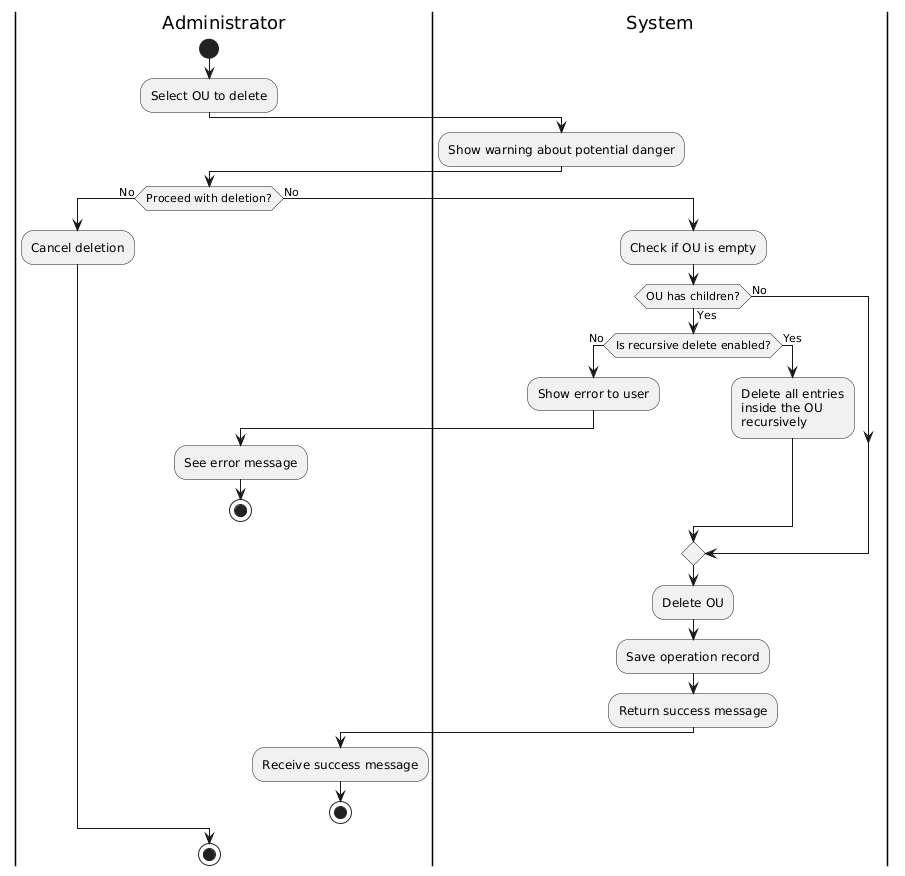
Before: puml/activity-diagram delete ou/activity-diagram delete ou.png, a diagram exported from PlantUML (Carlos-err406/thesis).
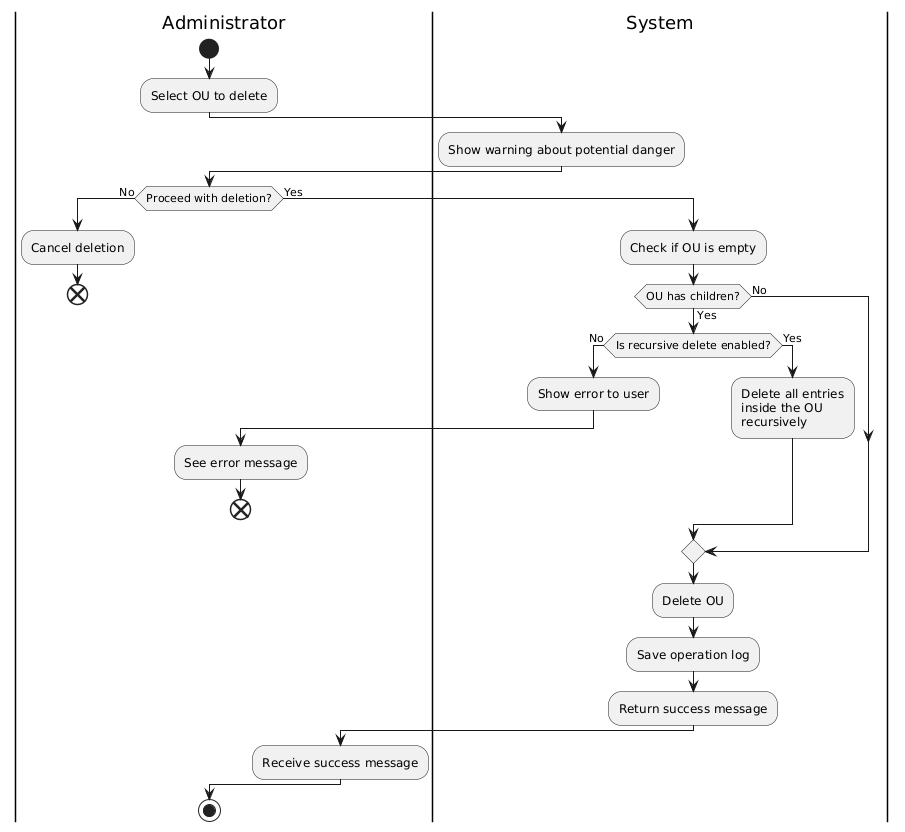
The same file after the commit.

Commit message:
plant uml images and diagrams

Change to the diagram source:
```diff
@@ -10,31 +10,28 @@
 |Administrator|
 if (Proceed with deletion?) then (No)
     :Cancel deletion;
-else (No)
+    end
+else (Yes)
     |System|
     :Check if OU is empty;
     if (OU has children?) then (Yes)
         if(Is recursive delete enabled?) then (No)
             :Show error to user;
-
             |Administrator|
-
             :See error message;
-            stop
+            end
         else (Yes)
             |System|
             :Delete all entries\ninside the OU\nrecursively;
         endif
     else (No)
     endif
-        |System|
-        :Delete OU;
-        :Save operation record;
-        :Return success message;
-        |Administrator|
-        :Receive success message;
-        stop;
-
+    |System|
+    :Delete OU;
+    :Save operation log;
+    :Return success message;
+    |Administrator|
+    :Receive success message;
 endif
 stop
 @enduml
```
